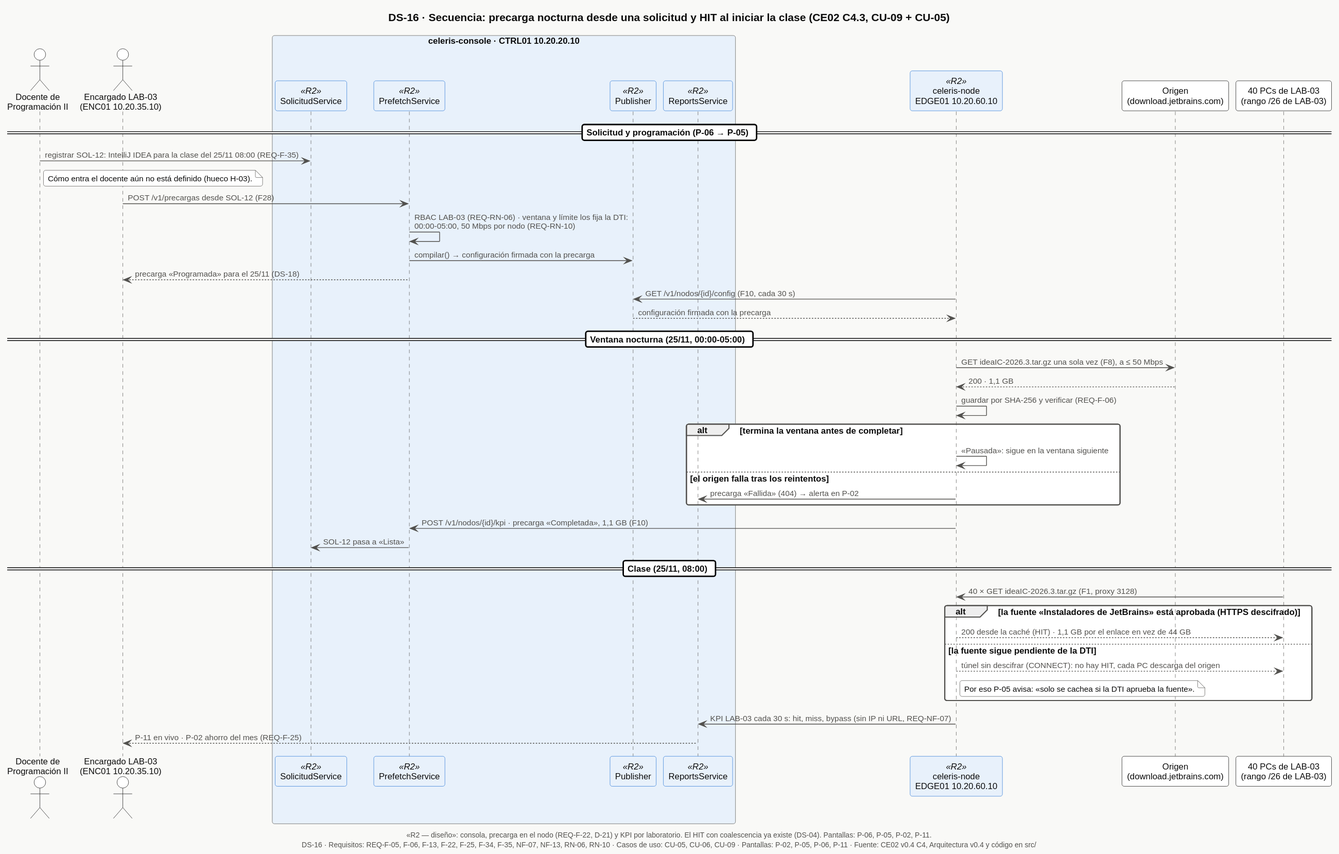
This is docs/software/e1/diagramas/svg/DS-16-secuencia-precarga.svg from Nick-Saim-MJ/Project-Celeris, a PlantUML export, as it was before one commit. Its diagram source:
```plantuml
@startuml
!include _estilo.iuml
title DS-16 · Secuencia: precarga nocturna desde una solicitud y HIT al iniciar la clase (CE02 C4.3, CU-09 + CU-05)
caption «R2 — diseño»: consola, precarga en el nodo (REQ-F-22, D-21) y KPI por laboratorio. El HIT con coalescencia ya existe (DS-04). Pantallas: P-06, P-05, P-02, P-11.

actor "Docente de\nProgramación II" as D
actor "Encargado LAB-03\n(ENC01 10.20.35.10)" as E
box "celeris-console · CTRL01 10.20.20.10" #E8F1FB
  participant "SolicitudService" as SOL <<R2>>
  participant "PrefetchService" as PF <<R2>>
  participant "Publisher" as PUB <<R2>>
  participant "ReportsService" as REP <<R2>>
end box
participant "celeris-node\nEDGE01 10.20.60.10" as N <<R2>>
participant "Origen\n(download.jetbrains.com)" as O
participant "40 PCs de LAB-03\n(rango /26 de LAB-03)" as P

== Solicitud y programación (P-06 → P-05) ==
D -> SOL : registrar SOL-12: IntelliJ IDEA para la clase del 25/11 08:00 (REQ-F-35)
note right of D : Cómo entra el docente aún no está definido (hueco H-03).
E -> PF : POST /v1/precargas desde SOL-12 (F28)
PF -> PF : RBAC LAB-03 (REQ-RN-06) · ventana y límite los fija la DTI:\n00:00-05:00, 50 Mbps por nodo (REQ-RN-10)
PF -> PUB : compilar() → configuración firmada con la precarga
PF --> E : precarga «Programada» para el 25/11 (DS-18)
N -> PUB : GET /v1/nodos/{id}/config (F10, cada 30 s)
PUB --> N : configuración firmada con la precarga

== Ventana nocturna (25/11, 00:00-05:00) ==
N -> O : GET ideaIC-2026.3.tar.gz una sola vez (F8), a ≤ 50 Mbps
O --> N : 200 · 1,1 GB
N -> N : guardar por SHA-256 y verificar (REQ-F-06)
alt termina la ventana antes de completar
  N -> N : «Pausada»: sigue en la ventana siguiente
else el origen falla tras los reintentos
  N -> REP : precarga «Fallida» (404) → alerta en P-02
end
N -> PF : POST /v1/nodos/{id}/kpi · precarga «Completada», 1,1 GB (F10)
PF -> SOL : SOL-12 pasa a «Lista»

== Clase (25/11, 08:00) ==
P -> N : 40 × GET ideaIC-2026.3.tar.gz (F1, proxy 3128)
alt la fuente «Instaladores de JetBrains» está aprobada (HTTPS descifrado)
  N --> P : 200 desde la caché (HIT) · 1,1 GB por el enlace en vez de 44 GB
else la fuente sigue pendiente de la DTI
  N --> P : túnel sin descifrar (CONNECT): no hay HIT, cada PC descarga del origen
  note right of N : Por eso P-05 avisa: «solo se cachea si la DTI aprueba la fuente».
end
N -> REP : KPI LAB-03 cada 30 s: hit, miss, bypass (sin IP ni URL, REQ-NF-07)
REP --> E : P-11 en vivo · P-02 ahorro del mes (REQ-F-25)

$pie("DS-16", "REQ-F-05, F-06, F-13, F-22, F-25, F-34, F-35, NF-07, NF-13, RN-06, RN-10", "CU-05, CU-06, CU-09", "P-02, P-05, P-06, P-11")
@enduml
```
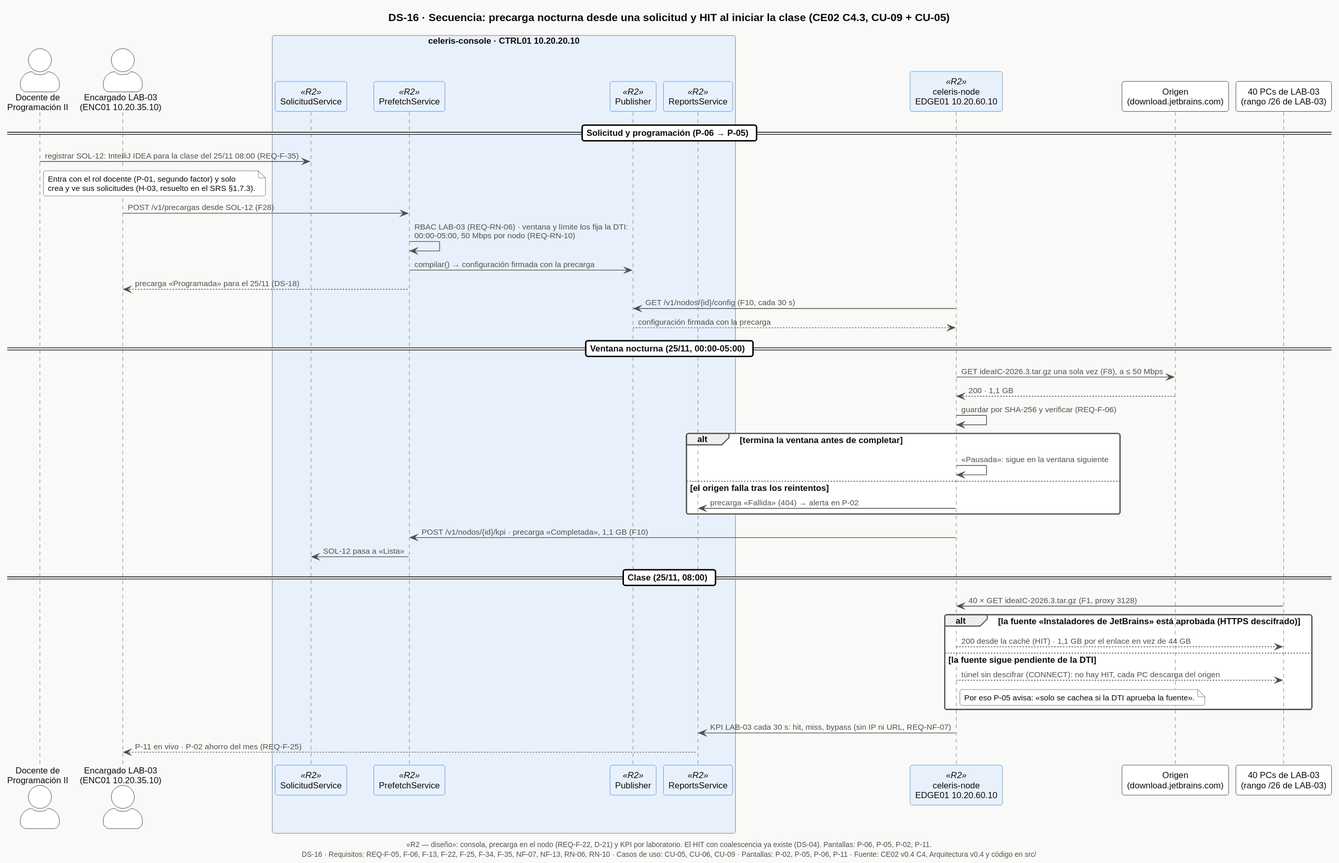
Above is the later version.

Change to the diagram source:
```diff
@@ -17,7 +17,7 @@
 
 == Solicitud y programación (P-06 → P-05) ==
 D -> SOL : registrar SOL-12: IntelliJ IDEA para la clase del 25/11 08:00 (REQ-F-35)
-note right of D : Cómo entra el docente aún no está definido (hueco H-03).
+note right of D : Entra con el rol docente (P-01, segundo factor) y solo\ncrea y ve sus solicitudes (H-03, resuelto en el SRS §1.7.3).
 E -> PF : POST /v1/precargas desde SOL-12 (F28)
 PF -> PF : RBAC LAB-03 (REQ-RN-06) · ventana y límite los fija la DTI:\n00:00-05:00, 50 Mbps por nodo (REQ-RN-10)
 PF -> PUB : compilar() → configuración firmada con la precarga
```
